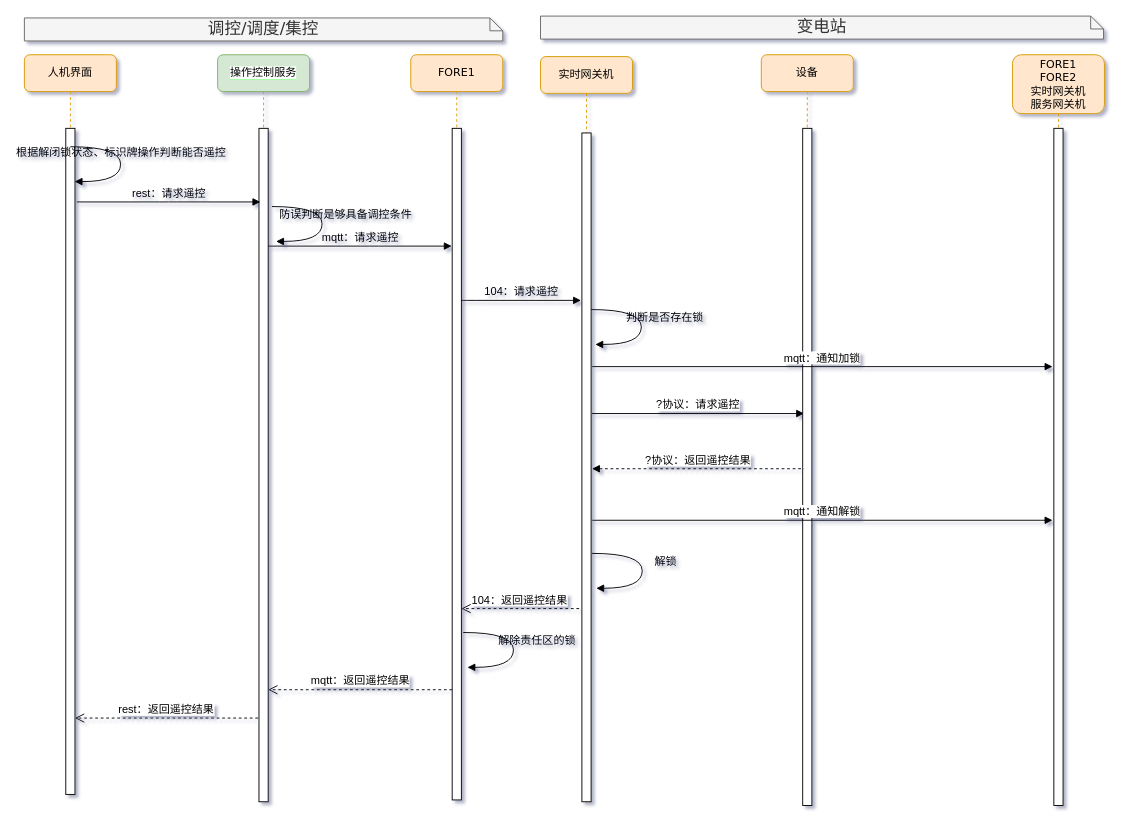
qwe995272801/taowenxiang keeps this draw.io diagram as page "集控站直控" (1 of 8) of 操作与控制.drawio. Above is the earlier version. Source tidied: cells renumbered, new cells numbered last; positions are measured from the earlier drawing's top-left corner, leaving out a move shared by most shapes. Both pictures are drawn from the tidied source at 92%, with x=0, y=0 at pixel (24, 16).
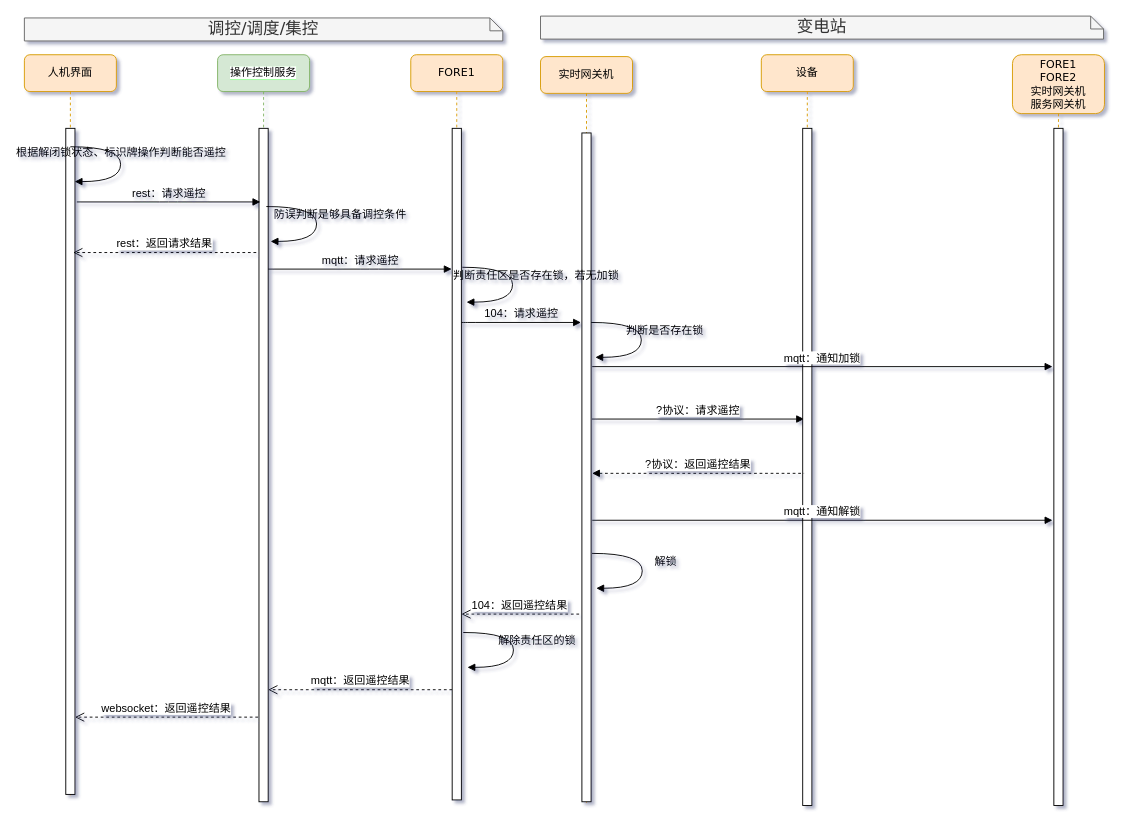
After the change.

The edit, as a diff of the source:
```diff
@@
     <mxCell id="9" value="104：请求遥控" style="html=1;verticalAlign=bottom;endArrow=block;labelBackgroundColor=none;fontFamily=Helvetica;fontSize=12;edgeStyle=elbowEdgeStyle;elbow=vertical;" parent="1" edge="1">
       <mxGeometry relative="1" as="geometry">
-        <mxPoint x="475" y="309" as="sourcePoint" />
-        <mxPoint x="605" y="309" as="targetPoint" />
+        <mxPoint x="475" y="333" as="sourcePoint" />
+        <mxPoint x="605" y="333" as="targetPoint" />
         <Array as="points">
-          <mxPoint x="480" y="309" />
+          <mxPoint x="480" y="333" />
         </Array>
       </mxGeometry>
     </mxCell>
@@
-    <mxCell id="12" value="rest：返回遥控结果" style="html=1;verticalAlign=bottom;endArrow=open;dashed=1;endSize=8;fontFamily=Helvetica;entryX=1.1;entryY=0.98;entryDx=0;entryDy=0;entryPerimeter=0;fontSize=12;" parent="1" edge="1">
+    <mxCell id="12" value="websocket：返回遥控结果" style="html=1;verticalAlign=bottom;endArrow=open;dashed=1;endSize=8;fontFamily=Helvetica;entryX=1.1;entryY=0.98;entryDx=0;entryDy=0;entryPerimeter=0;fontSize=12;" parent="1" edge="1">
       <mxGeometry relative="1" as="geometry">
-        <mxPoint x="254" y="763" as="sourcePoint" />
-        <mxPoint x="55" y="763" as="targetPoint" />
+        <mxPoint x="254" y="762" as="sourcePoint" />
+        <mxPoint x="55" y="762" as="targetPoint" />
       </mxGeometry>
     </mxCell>
     <mxCell id="13" value="104：返回遥控结果" style="html=1;verticalAlign=bottom;endArrow=open;dashed=1;endSize=8;fontFamily=Helvetica;entryX=1.2;entryY=0.9;entryDx=0;entryDy=0;entryPerimeter=0;fontSize=12;" parent="1" edge="1">
       <mxGeometry x="0.02" relative="1" as="geometry">
-        <mxPoint x="603" y="644" as="sourcePoint" />
-        <mxPoint x="475" y="644" as="targetPoint" />
+        <mxPoint x="603" y="650" as="sourcePoint" />
+        <mxPoint x="475" y="650" as="targetPoint" />
       </mxGeometry>
     </mxCell>
     <mxCell id="14" value="mqtt：请求遥控" style="html=1;verticalAlign=bottom;endArrow=block;labelBackgroundColor=none;fontFamily=Helvetica;fontSize=12;edgeStyle=elbowEdgeStyle;elbow=vertical;" parent="1" edge="1">
       <mxGeometry relative="1" as="geometry">
-        <mxPoint x="265" y="250" as="sourcePoint" />
-        <mxPoint x="464.5" y="250" as="targetPoint" />
+        <mxPoint x="265" y="275" as="sourcePoint" />
+        <mxPoint x="464.5" y="275" as="targetPoint" />
         <Array as="points">
-          <mxPoint x="375" y="250" />
-          <mxPoint x="215" y="300" />
-          <mxPoint x="205" y="300" />
+          <mxPoint x="375" y="275" />
+          <mxPoint x="215" y="325" />
+          <mxPoint x="205" y="325" />
         </Array>
       </mxGeometry>
     </mxCell>
@@
     <mxCell id="19" value="?协议：请求遥控" style="html=1;verticalAlign=bottom;endArrow=block;fontFamily=Helvetica;fontSize=12;" parent="1" edge="1">
       <mxGeometry relative="1" as="geometry">
-        <mxPoint x="617" y="432" as="sourcePoint" />
-        <mxPoint x="847.5" y="432" as="targetPoint" />
+        <mxPoint x="617" y="438" as="sourcePoint" />
+        <mxPoint x="847.5" y="438" as="targetPoint" />
       </mxGeometry>
     </mxCell>
     <mxCell id="20" value="判断是否存在锁" style="html=1;verticalAlign=bottom;endArrow=block;labelBackgroundColor=none;fontFamily=Verdana;fontSize=12;elbow=vertical;edgeStyle=orthogonalEdgeStyle;curved=1;entryX=1;entryY=0.286;entryPerimeter=0;exitX=1.038;exitY=0.345;exitPerimeter=0;" parent="1" edge="1">
       <mxGeometry x="0.02" y="25" relative="1" as="geometry">
-        <mxPoint x="616" y="319" as="sourcePoint" />
-        <mxPoint x="620.6" y="356.9" as="targetPoint" />
+        <mxPoint x="616" y="333" as="sourcePoint" />
+        <mxPoint x="620.6" y="370.9" as="targetPoint" />
         <Array as="points">
-          <mxPoint x="670.6" y="318.9" />
-          <mxPoint x="670.6" y="356.9" />
+          <mxPoint x="670.6" y="332.9" />
+          <mxPoint x="670.6" y="370.9" />
         </Array>
       </mxGeometry>
     </mxCell>
@@
     <mxCell id="24" value="?协议：返回遥控结果" style="html=1;verticalAlign=bottom;endArrow=none;fontFamily=Helvetica;fontSize=12;dashed=1;startArrow=block;startFill=1;endFill=0;" parent="1" edge="1">
       <mxGeometry relative="1" as="geometry">
-        <mxPoint x="617" y="492" as="sourcePoint" />
-        <mxPoint x="847.5" y="492" as="targetPoint" />
+        <mxPoint x="617" y="497" as="sourcePoint" />
+        <mxPoint x="847.5" y="497" as="targetPoint" />
       </mxGeometry>
     </mxCell>
@@
     <mxCell id="30" value="防误判断是够具备调控条件" style="html=1;verticalAlign=bottom;endArrow=block;labelBackgroundColor=none;fontFamily=Verdana;fontSize=12;elbow=vertical;edgeStyle=orthogonalEdgeStyle;curved=1;entryX=1;entryY=0.286;entryPerimeter=0;exitX=1.038;exitY=0.345;exitPerimeter=0;" parent="1" edge="1">
       <mxGeometry x="0.02" y="25" relative="1" as="geometry">
-        <mxPoint x="269" y="207" as="sourcePoint" />
-        <mxPoint x="273.6" y="244.9" as="targetPoint" />
+        <mxPoint x="263" y="207" as="sourcePoint" />
+        <mxPoint x="267.6" y="244.9" as="targetPoint" />
         <Array as="points">
-          <mxPoint x="323.6" y="206.9" />
-          <mxPoint x="323.6" y="244.9" />
+          <mxPoint x="317.6" y="206.9" />
+          <mxPoint x="317.6" y="244.9" />
         </Array>
       </mxGeometry>
     </mxCell>
+    <mxCell id="31" value="rest：返回请求结果" style="html=1;verticalAlign=bottom;endArrow=open;dashed=1;endSize=8;fontFamily=Helvetica;entryX=1.1;entryY=0.98;entryDx=0;entryDy=0;entryPerimeter=0;fontSize=12;" parent="1" edge="1">
+      <mxGeometry relative="1" as="geometry">
+        <mxPoint x="252" y="257" as="sourcePoint" />
+        <mxPoint x="53" y="257" as="targetPoint" />
+      </mxGeometry>
+    </mxCell>
+    <mxCell id="32" value="判断责任区是否存在锁，若无加锁" style="html=1;verticalAlign=bottom;endArrow=block;labelBackgroundColor=none;fontFamily=Verdana;fontSize=12;elbow=vertical;edgeStyle=orthogonalEdgeStyle;curved=1;entryX=1;entryY=0.286;entryPerimeter=0;exitX=1.038;exitY=0.345;exitPerimeter=0;" parent="1" edge="1">
+      <mxGeometry x="0.02" y="25" relative="1" as="geometry">
+        <mxPoint x="476" y="273" as="sourcePoint" />
+        <mxPoint x="480.6" y="310.9" as="targetPoint" />
+        <Array as="points">
+          <mxPoint x="530.6" y="272.9" />
+          <mxPoint x="530.6" y="310.9" />
+        </Array>
+      </mxGeometry>
+    </mxCell>
```
